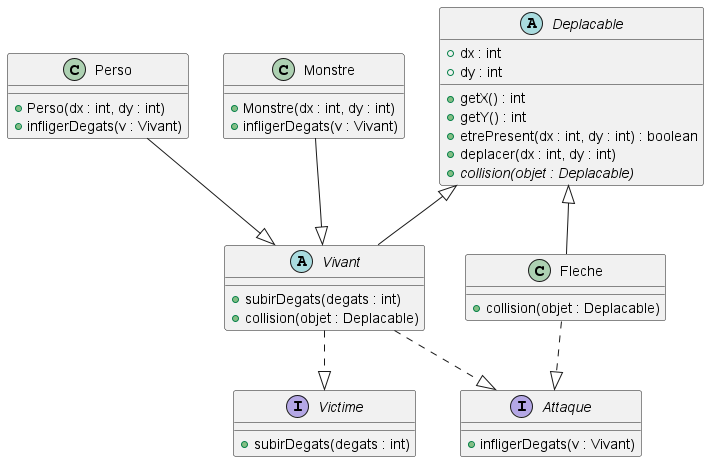
This is documents/version_2/diag_classe_v2.png from remi-choffat/2024_Zeldiablo_remi-choffat_Cesareuh_katrinltvnv, a PlantUML export, as it was before one commit. Its diagram source:
```plantuml
@startuml

abstract class Deplacable{
+dx : int
+dy : int
+getX() : int
+getY() : int
+etrePresent(dx : int, dy : int) : boolean
+deplacer(dx : int, dy : int)
+{abstract}collision(objet : Deplacable)
}

class Perso{
+Perso(dx : int, dy : int)
+infligerDegats(v : Vivant)
}

class Monstre{
+Monstre(dx : int, dy : int)
+infligerDegats(v : Vivant)
}

abstract class Vivant{
+subirDegats(degats : int)
+collision(objet : Deplacable)
}

interface Victime {
+subirDegats(degats : int)
}

interface Attaque {
+infligerDegats(v : Vivant)
}

class Fleche {
+collision(objet : Deplacable)
}

Deplacable <|-- Fleche
Deplacable <|-- Vivant
Perso --|> Vivant
Monstre --|> Vivant
Vivant ..|> Victime
Vivant ..|> Attaque
Fleche ..|> Attaque
@enduml
```
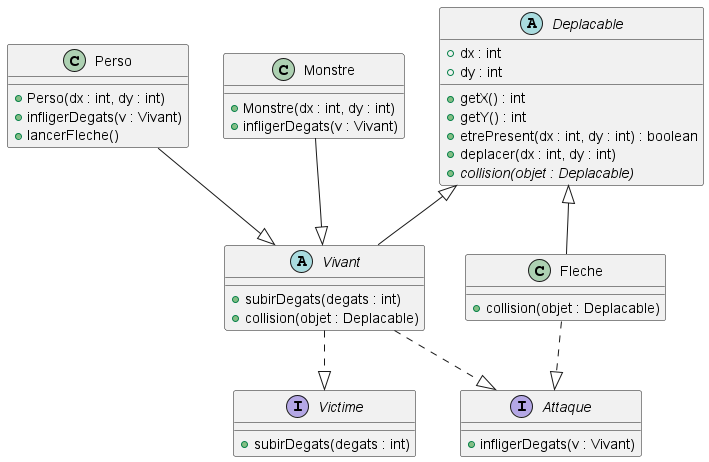
Above is the later version.

Change to the diagram source:
```diff
@@ -13,6 +13,7 @@
 class Perso{
 +Perso(dx : int, dy : int)
 +infligerDegats(v : Vivant)
++lancerFleche()
 }
 
 class Monstre{
```
